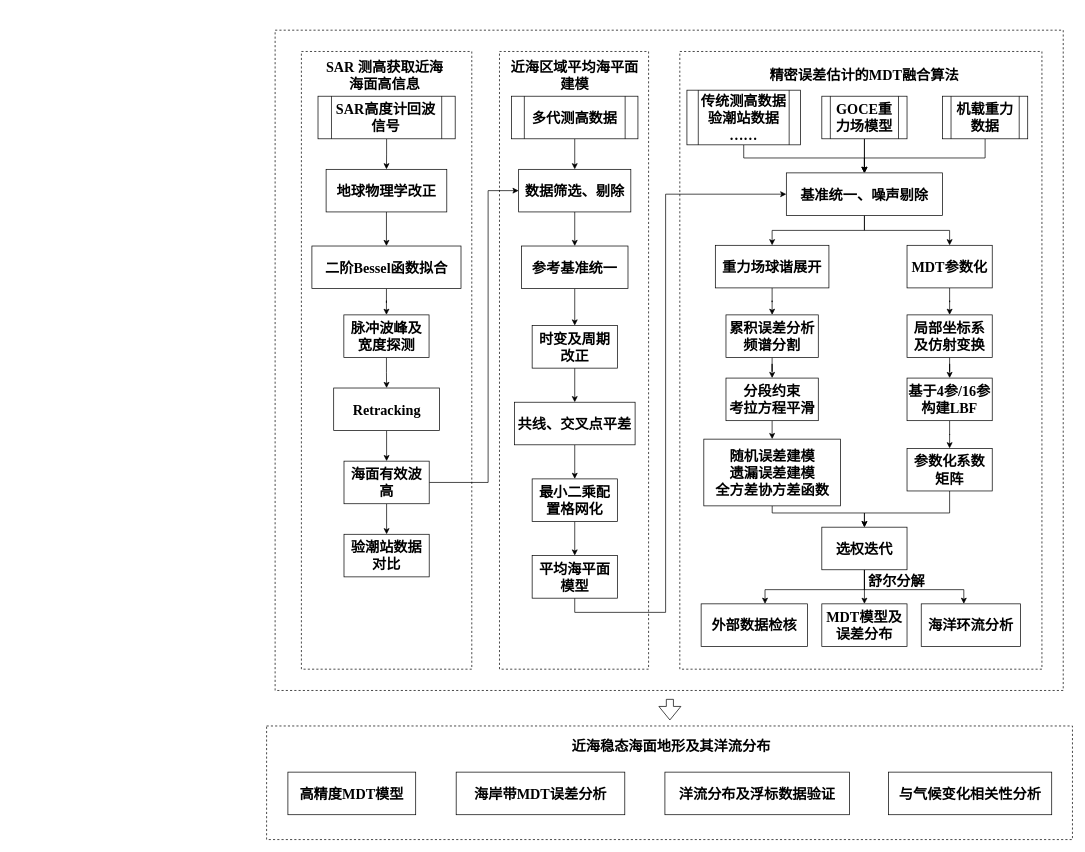
The draw.io diagram Copy of Multi-source rigorous fusion algorithom for MDT refinement.drawio in skgiter/drawIO, before the edit. Source tidied: cells renumbered, new cells numbered last; positions are measured from the earlier drawing's top-left corner, leaving out a move shared by most shapes. Both pictures are drawn from the tidied source at 71%, with x=0, y=0 at pixel (266, 30).
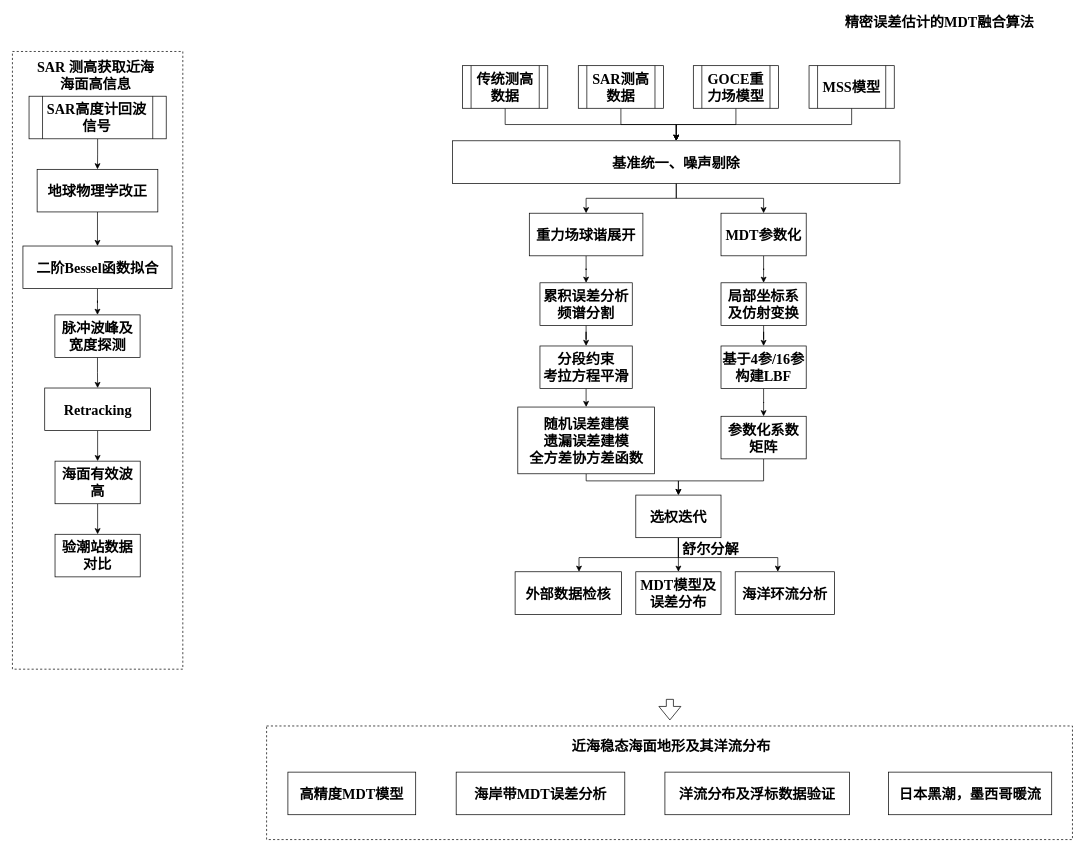
Above is the later version.

What changed in the source:
```diff
@@
-    <mxCell id="2" style="rounded=0;whiteSpace=wrap;html=1;dashed=1;fontFamily=Times New Roman;fontSize=20;" parent="1" vertex="1">
-      <mxGeometry x="12" width="1110" height="930" as="geometry" />
-    </mxCell>
-    <mxCell id="3" style="rounded=0;whiteSpace=wrap;html=1;fontFamily=Times New Roman;fontSize=20;dashed=1;" parent="1" vertex="1">
-      <mxGeometry x="328" y="30" width="210" height="870" as="geometry" />
-    </mxCell>
     <mxCell id="4" style="rounded=0;whiteSpace=wrap;html=1;fontFamily=Times New Roman;fontSize=20;dashed=1;" parent="1" vertex="1">
-      <mxGeometry x="49" y="30" width="240" height="870" as="geometry" />
+      <mxGeometry x="-358" y="30" width="240" height="870" as="geometry" />
     </mxCell>
     <mxCell id="5" value="SAR 测高获取近海&lt;br&gt;海面高信息" style="text;html=1;strokeColor=none;fillColor=none;align=center;verticalAlign=middle;whiteSpace=wrap;rounded=0;dashed=1;fontFamily=Times New Roman;fontSize=20;fontStyle=1;" parent="1" vertex="1">
-      <mxGeometry x="65.2" y="50" width="203" height="25" as="geometry" />
+      <mxGeometry x="-341.8" y="50" width="203" height="25" as="geometry" />
     </mxCell>
-    <mxCell id="6" style="rounded=0;whiteSpace=wrap;html=1;dashed=1;fontFamily=Times New Roman;fontSize=20;" parent="1" vertex="1">
-      <mxGeometry x="582" y="30" width="510" height="870" as="geometry" />
-    </mxCell>
@@
     <mxCell id="8" value="SAR高度计回波信号" style="shape=process;whiteSpace=wrap;html=1;backgroundOutline=1;fontFamily=Times New Roman;fontStyle=1;fontSize=20;" parent="1" vertex="1">
-      <mxGeometry x="72.4" y="93" width="193.2" height="60" as="geometry" />
+      <mxGeometry x="-334.6" y="93" width="193.2" height="60" as="geometry" />
     </mxCell>
@@
     <mxCell id="10" value="地球物理学改正" style="rounded=0;whiteSpace=wrap;html=1;fontFamily=Times New Roman;fontStyle=1;fontSize=20;" parent="1" vertex="1">
-      <mxGeometry x="83.8" y="196" width="170" height="60" as="geometry" />
+      <mxGeometry x="-323.2" y="196" width="170" height="60" as="geometry" />
     </mxCell>
@@
     <mxCell id="12" value="&lt;span style=&quot;font-size: 20px;&quot;&gt;二阶&lt;/span&gt;&lt;span lang=&quot;EN-US&quot; style=&quot;font-size: 20px;&quot;&gt;Bessel&lt;/span&gt;&lt;span style=&quot;font-size: 20px;&quot;&gt;函数拟合&lt;/span&gt;" style="rounded=0;whiteSpace=wrap;html=1;fontFamily=Times New Roman;fontStyle=1;fontSize=20;" parent="1" vertex="1">
-      <mxGeometry x="63.8" y="304" width="210" height="60" as="geometry" />
+      <mxGeometry x="-343.2" y="304" width="210" height="60" as="geometry" />
     </mxCell>
@@
     <mxCell id="14" value="&lt;span style=&quot;font-size: 20px;&quot;&gt;脉冲波峰及宽度探测&lt;/span&gt;" style="rounded=0;whiteSpace=wrap;html=1;fontFamily=Times New Roman;fontStyle=1;fontSize=20;" parent="1" vertex="1">
-      <mxGeometry x="108.8" y="401" width="120" height="60" as="geometry" />
+      <mxGeometry x="-298.2" y="401" width="120" height="60" as="geometry" />
     </mxCell>
@@
     <mxCell id="16" value="Retracking" style="rounded=0;whiteSpace=wrap;html=1;fontFamily=Times New Roman;fontStyle=1;fontSize=20;" parent="1" vertex="1">
-      <mxGeometry x="94.5" y="504" width="149" height="60" as="geometry" />
+      <mxGeometry x="-312.5" y="504" width="149" height="60" as="geometry" />
     </mxCell>
@@
-    <mxCell id="18" style="edgeStyle=orthogonalEdgeStyle;rounded=0;jettySize=auto;html=1;entryX=0;entryY=0.5;entryDx=0;entryDy=0;fontFamily=Times New Roman;fontSize=20;exitX=1;exitY=0.5;exitDx=0;exitDy=0;" parent="1" edge="1" source="19" target="67">
-      <mxGeometry relative="1" as="geometry">
-        <Array as="points">
-          <mxPoint x="312" y="637" />
-          <mxPoint x="312" y="226" />
-        </Array>
-      </mxGeometry>
-    </mxCell>
     <mxCell id="19" value="&lt;span style=&quot;white-space: normal; font-size: 20px;&quot;&gt;海面有效波高&lt;/span&gt;" style="rounded=0;whiteSpace=wrap;html=1;fontFamily=Times New Roman;fontStyle=1;fontSize=20;" parent="1" vertex="1">
-      <mxGeometry x="109" y="607" width="120" height="60" as="geometry" />
+      <mxGeometry x="-298" y="607" width="120" height="60" as="geometry" />
     </mxCell>
     <mxCell id="20" value="&lt;span style=&quot;white-space: normal; font-size: 20px;&quot;&gt;验潮站数据对比&lt;/span&gt;" style="rounded=0;whiteSpace=wrap;html=1;fontFamily=Times New Roman;fontStyle=1;fontSize=20;" parent="1" vertex="1">
-      <mxGeometry x="109" y="710" width="120" height="60" as="geometry" />
+      <mxGeometry x="-298" y="710" width="120" height="60" as="geometry" />
     </mxCell>
-    <mxCell id="21" style="edgeStyle=orthogonalEdgeStyle;rounded=0;jettySize=auto;html=1;entryX=0.5;entryY=0;entryDx=0;entryDy=0;fontFamily=Times New Roman;fontSize=20;" parent="1" edge="1" source="53" target="27">
-      <mxGeometry relative="1" as="geometry" />
-    </mxCell>
-    <mxCell id="22" style="edgeStyle=orthogonalEdgeStyle;rounded=0;jettySize=auto;html=1;fontFamily=Times New Roman;fontSize=20;exitX=0.5;exitY=1;exitDx=0;exitDy=0;" parent="1" edge="1" source="23" target="27">
-      <mxGeometry relative="1" as="geometry">
-        <Array as="points">
-          <mxPoint x="672" y="180" />
-          <mxPoint x="842" y="180" />
-        </Array>
-      </mxGeometry>
+    <mxCell id="22" style="edgeStyle=orthogonalEdgeStyle;rounded=0;jettySize=auto;html=1;" parent="1" edge="1" source="23" target="27">
+      <mxGeometry relative="1" as="geometry" />
     </mxCell>
-    <mxCell id="23" value="传统测高数据&lt;br style=&quot;font-size: 20px;&quot;&gt;验潮站数据&lt;br style=&quot;font-size: 20px;&quot;&gt;……" style="shape=process;whiteSpace=wrap;html=1;backgroundOutline=1;fontFamily=Times New Roman;fontStyle=1;fontSize=20;" parent="1" vertex="1">
-      <mxGeometry x="592" y="84.5" width="160" height="77" as="geometry" />
+    <mxCell id="23" value="传统测高数据" style="shape=process;whiteSpace=wrap;html=1;backgroundOutline=1;fontFamily=Times New Roman;fontStyle=1;fontSize=20;" parent="1" vertex="1">
+      <mxGeometry x="276" y="50" width="120" height="60" as="geometry" />
     </mxCell>
-    <mxCell id="24" style="edgeStyle=orthogonalEdgeStyle;rounded=0;jettySize=auto;html=1;entryX=0.5;entryY=0;entryDx=0;entryDy=0;fontFamily=Times New Roman;fontSize=20;" parent="1" edge="1" source="53" target="27">
-      <mxGeometry relative="1" as="geometry" />
-    </mxCell>
@@
     <mxCell id="27" value="&lt;span style=&quot;white-space: normal; font-size: 20px;&quot;&gt;基准统一、噪声剔除&lt;/span&gt;" style="rounded=0;whiteSpace=wrap;html=1;fontFamily=Times New Roman;fontStyle=1;fontSize=20;" parent="1" vertex="1">
-      <mxGeometry x="732" y="201" width="220" height="60" as="geometry" />
+      <mxGeometry x="262" y="155.8" width="630" height="60" as="geometry" />
     </mxCell>
@@
     <mxCell id="29" value="重力场球谐展开" style="rounded=0;whiteSpace=wrap;html=1;fontFamily=Times New Roman;fontStyle=1;fontSize=20;" parent="1" vertex="1">
-      <mxGeometry x="632" y="303" width="160" height="60" as="geometry" />
+      <mxGeometry x="370" y="257.8" width="160" height="60" as="geometry" />
     </mxCell>
@@
     <mxCell id="31" value="&lt;span style=&quot;white-space: normal ; font-size: 20px&quot;&gt;累积误差分析&lt;br style=&quot;font-size: 20px&quot;&gt;频谱分割&lt;br style=&quot;font-size: 20px&quot;&gt;&lt;/span&gt;" style="rounded=0;whiteSpace=wrap;html=1;fontFamily=Times New Roman;fontStyle=1;fontSize=20;" parent="1" vertex="1">
-      <mxGeometry x="647" y="401" width="130" height="60" as="geometry" />
+      <mxGeometry x="385" y="355.8" width="130" height="60" as="geometry" />
     </mxCell>
     <mxCell id="32" value="MDT模型及误差分布" style="rounded=0;whiteSpace=wrap;html=1;fontFamily=Times New Roman;fontStyle=1;fontSize=20;" parent="1" vertex="1">
-      <mxGeometry x="782" y="808" width="120" height="60" as="geometry" />
+      <mxGeometry x="520" y="762.8" width="120" height="60" as="geometry" />
     </mxCell>
     <mxCell id="33" value="海洋环流分析" style="rounded=0;whiteSpace=wrap;html=1;fontFamily=Times New Roman;fontStyle=1;fontSize=20;" parent="1" vertex="1">
-      <mxGeometry x="922" y="808" width="140" height="60" as="geometry" />
+      <mxGeometry x="660" y="762.8" width="140" height="60" as="geometry" />
     </mxCell>
     <mxCell id="34" value="&lt;span style=&quot;white-space: normal; font-size: 20px;&quot;&gt;外部数据检核&lt;/span&gt;" style="rounded=0;whiteSpace=wrap;html=1;fontFamily=Times New Roman;fontStyle=1;fontSize=20;" parent="1" vertex="1">
-      <mxGeometry x="612" y="808" width="150" height="60" as="geometry" />
+      <mxGeometry x="350" y="762.8" width="150" height="60" as="geometry" />
     </mxCell>
@@
     <mxCell id="36" value="&lt;b style=&quot;font-size: 20px;&quot;&gt;分段约束&lt;br style=&quot;font-size: 20px;&quot;&gt;考拉方程平滑&lt;br style=&quot;font-size: 20px;&quot;&gt;&lt;/b&gt;" style="rounded=0;whiteSpace=wrap;html=1;fontFamily=Times New Roman;fontSize=20;" parent="1" vertex="1">
-      <mxGeometry x="647" y="490" width="130" height="60" as="geometry" />
+      <mxGeometry x="385" y="444.8" width="130" height="60" as="geometry" />
     </mxCell>
     <mxCell id="37" style="edgeStyle=orthogonalEdgeStyle;rounded=0;jettySize=auto;html=1;entryX=0.5;entryY=0;entryDx=0;entryDy=0;fontFamily=Times New Roman;fontSize=20;" parent="1" edge="1" source="38" target="50">
       <mxGeometry relative="1" as="geometry">
         <Array as="points">
-          <mxPoint x="712" y="680" />
-          <mxPoint x="842" y="680" />
+          <mxPoint x="450" y="634.8" />
+          <mxPoint x="580" y="634.8" />
         </Array>
       </mxGeometry>
     </mxCell>
     <mxCell id="38" value="随机误差建模&lt;br style=&quot;font-size: 20px;&quot;&gt;遗漏误差建模&lt;br style=&quot;font-size: 20px;&quot;&gt;全方差协方差函数" style="whiteSpace=wrap;html=1;rounded=0;fontFamily=Times New Roman;fontSize=20;fontStyle=1;" parent="1" vertex="1">
-      <mxGeometry x="615.8" y="576" width="192.5" height="94" as="geometry" />
+      <mxGeometry x="353.8" y="530.8" width="192.5" height="94" as="geometry" />
     </mxCell>
@@
     <mxCell id="40" value="MDT参数化" style="rounded=0;whiteSpace=wrap;html=1;fontFamily=Times New Roman;fontStyle=1;fontSize=20;" parent="1" vertex="1">
-      <mxGeometry x="902" y="303" width="120" height="60" as="geometry" />
+      <mxGeometry x="640" y="257.8" width="120" height="60" as="geometry" />
     </mxCell>
@@
     <mxCell id="42" value="局部坐标系及仿射变换" style="rounded=0;whiteSpace=wrap;html=1;fontFamily=Times New Roman;fontSize=20;fontStyle=1;" parent="1" vertex="1">
-      <mxGeometry x="902" y="401" width="120" height="60" as="geometry" />
+      <mxGeometry x="640" y="355.8" width="120" height="60" as="geometry" />
     </mxCell>
@@
     <mxCell id="44" value="基于4参/16参构建LBF" style="whiteSpace=wrap;html=1;rounded=0;fontFamily=Times New Roman;fontStyle=1;fontSize=20;" parent="1" vertex="1">
-      <mxGeometry x="902" y="490" width="120" height="60" as="geometry" />
+      <mxGeometry x="640" y="444.8" width="120" height="60" as="geometry" />
     </mxCell>
     <mxCell id="45" style="edgeStyle=orthogonalEdgeStyle;rounded=0;jettySize=auto;html=1;entryX=0.5;entryY=0;entryDx=0;entryDy=0;exitX=0.5;exitY=1;exitDx=0;exitDy=0;fontFamily=Times New Roman;fontSize=20;" parent="1" edge="1" source="46" target="50">
       <mxGeometry relative="1" as="geometry">
         <Array as="points">
-          <mxPoint x="962" y="680" />
-          <mxPoint x="842" y="680" />
+          <mxPoint x="700" y="634.8" />
+          <mxPoint x="580" y="634.8" />
         </Array>
       </mxGeometry>
     </mxCell>
     <mxCell id="46" value="参数化系数矩阵" style="whiteSpace=wrap;html=1;rounded=0;fontStyle=1;fontFamily=Times New Roman;fontSize=20;" parent="1" vertex="1">
-      <mxGeometry x="902" y="589" width="120" height="60" as="geometry" />
+      <mxGeometry x="640" y="543.8" width="120" height="60" as="geometry" />
     </mxCell>
@@
     <mxCell id="48" style="edgeStyle=orthogonalEdgeStyle;rounded=0;jettySize=auto;html=1;fontFamily=Times New Roman;fontSize=20;" parent="1" edge="1" source="50" target="34">
       <mxGeometry relative="1" as="geometry">
         <Array as="points">
-          <mxPoint x="842" y="788" />
-          <mxPoint x="702" y="788" />
+          <mxPoint x="580" y="742.8" />
+          <mxPoint x="440" y="742.8" />
         </Array>
       </mxGeometry>
     </mxCell>
     <mxCell id="49" style="edgeStyle=orthogonalEdgeStyle;rounded=0;jettySize=auto;html=1;exitX=0.5;exitY=1;exitDx=0;exitDy=0;fontFamily=Times New Roman;fontSize=20;" parent="1" edge="1" source="50" target="33">
       <mxGeometry relative="1" as="geometry">
         <Array as="points">
-          <mxPoint x="842" y="788" />
-          <mxPoint x="982" y="788" />
+          <mxPoint x="580" y="742.8" />
+          <mxPoint x="720" y="742.8" />
         </Array>
       </mxGeometry>
     </mxCell>
     <mxCell id="50" value="&lt;b style=&quot;font-size: 20px;&quot;&gt;选权迭代&lt;/b&gt;" style="whiteSpace=wrap;html=1;rounded=0;fontFamily=Times New Roman;fontSize=20;" parent="1" vertex="1">
-      <mxGeometry x="782" y="700" width="120" height="60" as="geometry" />
+      <mxGeometry x="520" y="654.8" width="120" height="60" as="geometry" />
     </mxCell>
-    <mxCell id="51" style="edgeStyle=orthogonalEdgeStyle;rounded=0;jettySize=auto;html=1;entryX=0.5;entryY=0;entryDx=0;entryDy=0;fontFamily=Times New Roman;fontSize=20;exitX=0.5;exitY=1;exitDx=0;exitDy=0;" parent="1" edge="1" source="52" target="27">
-      <mxGeometry relative="1" as="geometry">
-        <Array as="points">
-          <mxPoint x="1012" y="180" />
-          <mxPoint x="842" y="180" />
-        </Array>
-      </mxGeometry>
+    <mxCell id="51" style="edgeStyle=orthogonalEdgeStyle;rounded=0;jettySize=auto;html=1;" parent="1" edge="1" source="52" target="27">
+      <mxGeometry relative="1" as="geometry" />
     </mxCell>
-    <mxCell id="52" value="&lt;span style=&quot;white-space: normal; font-size: 20px;&quot;&gt;机载重力数据&lt;/span&gt;" style="shape=process;whiteSpace=wrap;html=1;backgroundOutline=1;fontFamily=Times New Roman;fontSize=20;fontColor=#000000;align=center;strokeColor=#000000;fillColor=#ffffff;fontStyle=1;" parent="1" vertex="1">
-      <mxGeometry x="952" y="93" width="120" height="60" as="geometry" />
+    <mxCell id="52" value="&lt;span style=&quot;white-space: normal ; font-size: 20px&quot;&gt;MSS模型&lt;/span&gt;" style="shape=process;whiteSpace=wrap;html=1;backgroundOutline=1;fontFamily=Times New Roman;fontSize=20;fontColor=#000000;align=center;strokeColor=#000000;fillColor=#ffffff;fontStyle=1;" parent="1" vertex="1">
+      <mxGeometry x="764" y="50" width="120" height="60" as="geometry" />
     </mxCell>
+    <mxCell id="78" style="edgeStyle=orthogonalEdgeStyle;rounded=0;jettySize=auto;html=1;" parent="1" edge="1" source="53" target="27">
+      <mxGeometry relative="1" as="geometry" />
+    </mxCell>
     <mxCell id="53" value="&lt;span style=&quot;white-space: normal; font-size: 20px;&quot;&gt;GOCE重力场模型&lt;/span&gt;" style="shape=process;whiteSpace=wrap;html=1;backgroundOutline=1;fontFamily=Times New Roman;fontSize=20;fontColor=#000000;align=center;strokeColor=#000000;fillColor=#ffffff;fontStyle=1;" parent="1" vertex="1">
-      <mxGeometry x="782" y="93" width="120" height="60" as="geometry" />
+      <mxGeometry x="601" y="50" width="120" height="60" as="geometry" />
     </mxCell>
     <mxCell id="54" value="精密误差估计的MDT融合算法" style="text;html=1;strokeColor=none;fillColor=none;align=center;verticalAlign=middle;whiteSpace=wrap;rounded=0;dashed=1;fontFamily=Times New Roman;fontSize=20;fontStyle=1;" parent="1" vertex="1">
-      <mxGeometry x="686.2" y="50" width="311.5" height="25" as="geometry" />
+      <mxGeometry x="792" y="-25" width="311.5" height="25" as="geometry" />
     </mxCell>
@@
-    <mxCell id="60" value="与气候变化相关性分析" style="rounded=0;whiteSpace=wrap;html=1;fontFamily=Times New Roman;fontSize=20;fontStyle=1;" parent="1" vertex="1">
+    <mxCell id="60" value="日本黑潮，墨西哥暖流" style="rounded=0;whiteSpace=wrap;html=1;fontFamily=Times New Roman;fontSize=20;fontStyle=1;" parent="1" vertex="1">
       <mxGeometry x="875.8" y="1045" width="230" height="60" as="geometry" />
     </mxCell>
@@
     <mxCell id="62" value="舒尔分解" style="text;html=1;align=center;verticalAlign=middle;fontFamily=Times New Roman;fontSize=20;fontStyle=1;" parent="1" vertex="1">
-      <mxGeometry x="837" y="760" width="100" height="30" as="geometry" />
+      <mxGeometry x="575" y="714.8" width="100" height="30" as="geometry" />
     </mxCell>
-    <mxCell id="63" value="近海区域平均海平面建模" style="text;html=1;strokeColor=none;fillColor=none;align=center;verticalAlign=middle;whiteSpace=wrap;rounded=0;fontFamily=Times New Roman;fontSize=20;fontStyle=1;" parent="1" vertex="1">
-      <mxGeometry x="339" y="50" width="190" height="25" as="geometry" />
-    </mxCell>
-    <mxCell id="64" style="edgeStyle=orthogonalEdgeStyle;rounded=0;jettySize=auto;html=1;fontFamily=Times New Roman;fontSize=20;" parent="1" edge="1" source="65" target="67">
-      <mxGeometry relative="1" as="geometry" />
-    </mxCell>
-    <mxCell id="65" value="多代测高数据" style="shape=process;whiteSpace=wrap;html=1;backgroundOutline=1;fontFamily=Times New Roman;fontSize=20;fontColor=#000000;align=center;strokeColor=#000000;fillColor=#ffffff;fontStyle=1;" parent="1" vertex="1">
-      <mxGeometry x="345" y="93" width="178" height="60" as="geometry" />
-    </mxCell>
-    <mxCell id="66" style="edgeStyle=orthogonalEdgeStyle;rounded=0;jettySize=auto;html=1;fontFamily=Times New Roman;fontSize=20;" parent="1" edge="1" source="67" target="69">
-      <mxGeometry relative="1" as="geometry" />
-    </mxCell>
-    <mxCell id="67" value="数据筛选、剔除" style="whiteSpace=wrap;html=1;rounded=0;fontFamily=Times New Roman;fontSize=20;fontStyle=1;" parent="1" vertex="1">
-      <mxGeometry x="355" y="196" width="158" height="60" as="geometry" />
-    </mxCell>
-    <mxCell id="68" style="edgeStyle=orthogonalEdgeStyle;rounded=0;jettySize=auto;html=1;fontFamily=Times New Roman;fontSize=20;" parent="1" edge="1" source="69" target="71">
-      <mxGeometry relative="1" as="geometry" />
-    </mxCell>
-    <mxCell id="69" value="参考基准统一" style="whiteSpace=wrap;html=1;rounded=0;fontFamily=Times New Roman;fontSize=20;fontStyle=1;" parent="1" vertex="1">
-      <mxGeometry x="359" y="304" width="150" height="60" as="geometry" />
-    </mxCell>
-    <mxCell id="70" style="edgeStyle=orthogonalEdgeStyle;rounded=0;jettySize=auto;html=1;fontFamily=Times New Roman;fontSize=20;" parent="1" edge="1" source="71" target="73">
-      <mxGeometry relative="1" as="geometry" />
-    </mxCell>
-    <mxCell id="71" value="时变及周期改正" style="whiteSpace=wrap;html=1;rounded=0;fontFamily=Times New Roman;fontSize=20;fontStyle=1;" parent="1" vertex="1">
-      <mxGeometry x="374" y="416" width="120" height="60" as="geometry" />
-    </mxCell>
-    <mxCell id="72" style="edgeStyle=orthogonalEdgeStyle;rounded=0;jettySize=auto;html=1;fontFamily=Times New Roman;fontSize=20;" parent="1" edge="1" source="73" target="75">
-      <mxGeometry relative="1" as="geometry" />
-    </mxCell>
-    <mxCell id="73" value="共线、交叉点平差" style="whiteSpace=wrap;html=1;rounded=0;fontFamily=Times New Roman;fontSize=20;fontStyle=1;" parent="1" vertex="1">
-      <mxGeometry x="349" y="524" width="170" height="60" as="geometry" />
-    </mxCell>
-    <mxCell id="74" style="edgeStyle=orthogonalEdgeStyle;rounded=0;jettySize=auto;html=1;fontFamily=Times New Roman;fontSize=20;" parent="1" edge="1" source="75" target="77">
-      <mxGeometry relative="1" as="geometry" />
-    </mxCell>
-    <mxCell id="75" value="最小二乘配置格网化" style="whiteSpace=wrap;html=1;rounded=0;fontFamily=Times New Roman;fontSize=20;fontStyle=1;" parent="1" vertex="1">
-      <mxGeometry x="374" y="632" width="120" height="60" as="geometry" />
-    </mxCell>
-    <mxCell id="76" style="edgeStyle=orthogonalEdgeStyle;rounded=0;jettySize=auto;html=1;fontFamily=Times New Roman;fontSize=20;exitX=0.5;exitY=1;exitDx=0;exitDy=0;entryX=0;entryY=0.5;entryDx=0;entryDy=0;" parent="1" edge="1" source="77" target="27">
-      <mxGeometry relative="1" as="geometry">
-        <Array as="points">
-          <mxPoint x="434" y="820" />
-          <mxPoint x="562" y="820" />
-          <mxPoint x="562" y="231" />
-        </Array>
-      </mxGeometry>
-    </mxCell>
-    <mxCell id="77" value="平均海平面模型" style="whiteSpace=wrap;html=1;rounded=0;fontFamily=Times New Roman;fontSize=20;fontStyle=1;" parent="1" vertex="1">
-      <mxGeometry x="374" y="740" width="120" height="60" as="geometry" />
-    </mxCell>
+    <mxCell id="79" style="edgeStyle=orthogonalEdgeStyle;rounded=0;jettySize=auto;html=1;" parent="1" edge="1" source="80" target="27">
+      <mxGeometry relative="1" as="geometry" />
+    </mxCell>
+    <mxCell id="80" value="&lt;span style=&quot;white-space: normal ; font-size: 20px&quot;&gt;SAR测高数据&lt;/span&gt;" style="shape=process;whiteSpace=wrap;html=1;backgroundOutline=1;fontFamily=Times New Roman;fontSize=20;fontColor=#000000;align=center;strokeColor=#000000;fillColor=#ffffff;fontStyle=1;" parent="1" vertex="1">
+      <mxGeometry x="439" y="50" width="120" height="60" as="geometry" />
+    </mxCell>
```
